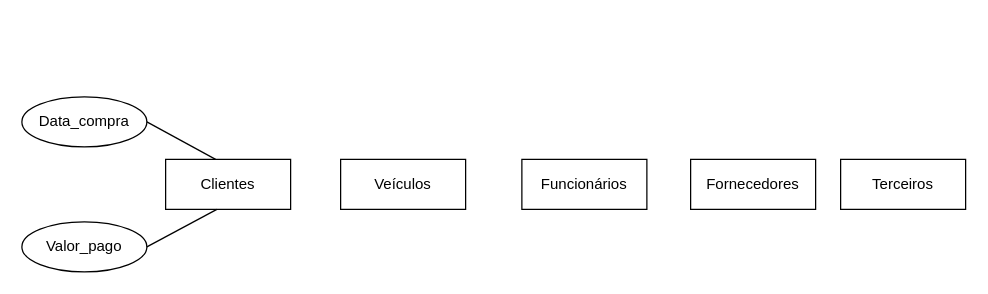
This is MER.drawio from annaletycia/BD1, a draw.io file, before an edit. Source tidied: cells renumbered, new cells numbered last; positions are measured from the earlier drawing's top-left corner, leaving out a move shared by most shapes. Both pictures are drawn from the tidied source at 125%, with x=0, y=0 at pixel (21, 96).
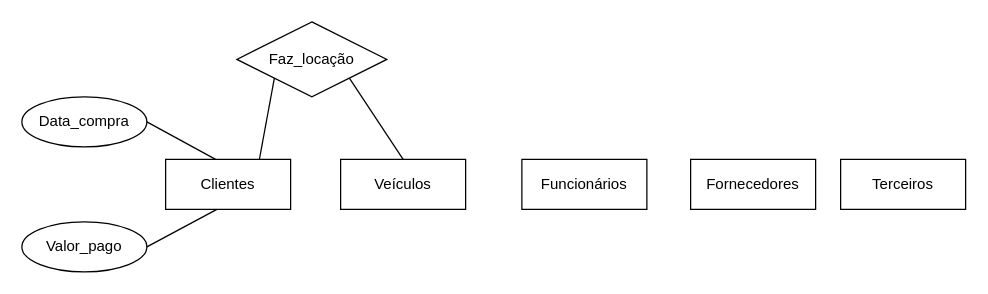
The same page after the edit.

What changed in the source:
```diff
@@
 <mxGraphModel>
   <root>
     <mxCell id="0" />
     <mxCell id="1" parent="0" />
     <mxCell id="2" value="Veículos" style="whiteSpace=wrap;html=1;align=center;" parent="1" vertex="1">
       <mxGeometry x="255" y="50" width="100" height="40" as="geometry" />
     </mxCell>
     <mxCell id="3" value="Funcionários" style="whiteSpace=wrap;html=1;align=center;" parent="1" vertex="1">
       <mxGeometry x="400" y="50" width="100" height="40" as="geometry" />
     </mxCell>
     <mxCell id="4" value="&lt;div&gt;Fornecedores&lt;/div&gt;" style="whiteSpace=wrap;html=1;align=center;" parent="1" vertex="1">
       <mxGeometry x="535" y="50" width="100" height="40" as="geometry" />
     </mxCell>
     <mxCell id="5" value="Terceiros" style="whiteSpace=wrap;html=1;align=center;" parent="1" vertex="1">
       <mxGeometry x="655" y="50" width="100" height="40" as="geometry" />
     </mxCell>
     <mxCell id="6" value="Clientes" style="whiteSpace=wrap;html=1;align=center;" parent="1" vertex="1">
       <mxGeometry x="115" y="50" width="100" height="40" as="geometry" />
     </mxCell>
     <mxCell id="7" value="Data_compra" style="ellipse;whiteSpace=wrap;html=1;align=center;" parent="1" vertex="1">
       <mxGeometry width="100" height="40" as="geometry" />
     </mxCell>
     <mxCell id="8" value="Valor_pago" style="ellipse;whiteSpace=wrap;html=1;align=center;" parent="1" vertex="1">
       <mxGeometry y="100" width="100" height="40" as="geometry" />
     </mxCell>
     <mxCell id="9" style="endArrow=none;html=1;rounded=0;entryX=0.4;entryY=0;entryDx=0;entryDy=0;entryPerimeter=0;exitX=1;exitY=0.5;exitDx=0;exitDy=0;" parent="1" edge="1" source="7" target="6">
       <mxGeometry relative="1" as="geometry" />
     </mxCell>
     <mxCell id="10" style="endArrow=none;html=1;rounded=0;entryX=1;entryY=0.5;entryDx=0;entryDy=0;exitX=0.41;exitY=1;exitDx=0;exitDy=0;exitPerimeter=0;" parent="1" edge="1" source="6" target="8">
       <mxGeometry relative="1" as="geometry" />
     </mxCell>
+    <mxCell id="11" value="Faz_locação" style="shape=rhombus;perimeter=rhombusPerimeter;whiteSpace=wrap;html=1;align=center;" parent="1" vertex="1">
+      <mxGeometry x="172" y="-60" width="120" height="60" as="geometry" />
+    </mxCell>
+    <mxCell id="12" style="endArrow=none;html=1;rounded=0;entryX=0.5;entryY=0;entryDx=0;entryDy=0;exitX=1;exitY=1;exitDx=0;exitDy=0;" parent="1" edge="1" source="11" target="2">
+      <mxGeometry relative="1" as="geometry" />
+    </mxCell>
+    <mxCell id="13" style="endArrow=none;html=1;rounded=0;entryX=0.75;entryY=0;entryDx=0;entryDy=0;exitX=0;exitY=1;exitDx=0;exitDy=0;" parent="1" edge="1" source="11" target="6">
+      <mxGeometry relative="1" as="geometry" />
+    </mxCell>
   </root>
 </mxGraphModel>
```
